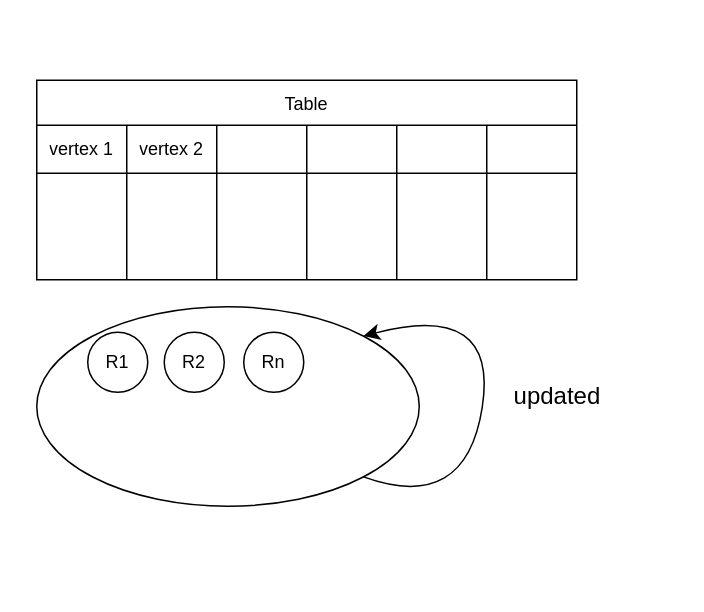
Earlier version of the draw.io diagram page "第 3 页" (3 of 3) of graph.drawio (wildpointer160422/draw). Source tidied: cells renumbered, new cells numbered last; positions are measured from the earlier drawing's top-left corner, leaving out a move shared by most shapes. Both pictures are drawn from the tidied source at 150%, with x=0, y=0 at pixel (36, 80).
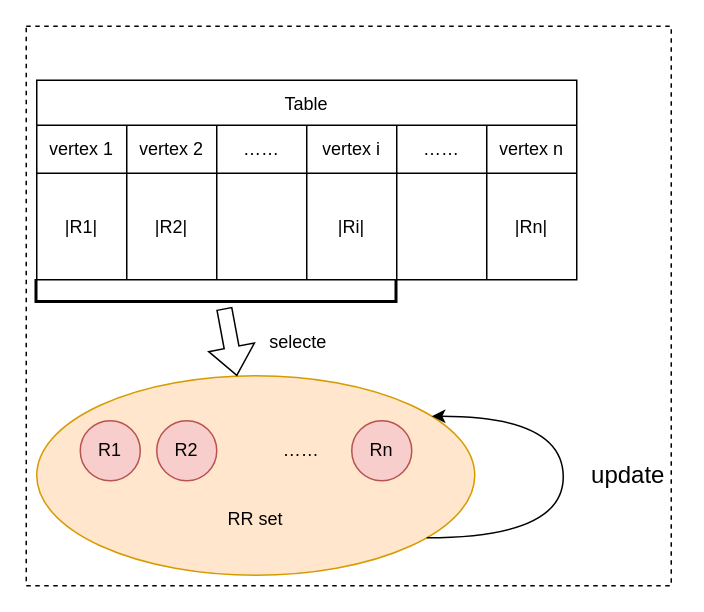
The same diagram, later.

Unchanged cells that the change refers to:
```xml
<mxCell id="3" style="shape=tableRow;horizontal=0;startSize=0;swimlaneHead=0;swimlaneBody=0;strokeColor=inherit;top=0;left=0;bottom=0;right=0;fillColor=none;" parent="2" vertex="1">
  <mxGeometry y="30" width="360" height="32" as="geometry" />
</mxCell>
<mxCell id="10" style="shape=tableRow;horizontal=0;startSize=0;swimlaneHead=0;swimlaneBody=0;strokeColor=inherit;top=0;left=0;bottom=0;right=0;fillColor=none;" parent="2" vertex="1">
  <mxGeometry y="62" width="360" height="71" as="geometry" />
</mxCell>
```

What changed in the source:
```diff
@@
+    <mxCell id="23" style="whiteSpace=wrap;html=1;dashed=1;" parent="1" vertex="1">
+      <mxGeometry x="-7" y="-36" width="430" height="373" as="geometry" />
+    </mxCell>
@@
-    <mxCell id="6" style="shape=partialRectangle;html=1;whiteSpace=wrap;strokeColor=inherit;overflow=hidden;fillColor=none;top=0;left=0;bottom=0;right=0;" parent="3" vertex="1">
+    <mxCell id="6" value="……" style="shape=partialRectangle;html=1;whiteSpace=wrap;strokeColor=inherit;overflow=hidden;fillColor=none;top=0;left=0;bottom=0;right=0;" parent="3" vertex="1">
       <mxGeometry x="120" width="60" height="32" as="geometry" />
     </mxCell>
-    <mxCell id="7" style="shape=partialRectangle;html=1;whiteSpace=wrap;strokeColor=inherit;overflow=hidden;fillColor=none;top=0;left=0;bottom=0;right=0;" parent="3" vertex="1">
+    <mxCell id="7" value="vertex i" style="shape=partialRectangle;html=1;whiteSpace=wrap;strokeColor=inherit;overflow=hidden;fillColor=none;top=0;left=0;bottom=0;right=0;" parent="3" vertex="1">
       <mxGeometry x="180" width="60" height="32" as="geometry" />
     </mxCell>
-    <mxCell id="8" style="shape=partialRectangle;html=1;whiteSpace=wrap;strokeColor=inherit;overflow=hidden;fillColor=none;top=0;left=0;bottom=0;right=0;" parent="3" vertex="1">
+    <mxCell id="8" value="……" style="shape=partialRectangle;html=1;whiteSpace=wrap;strokeColor=inherit;overflow=hidden;fillColor=none;top=0;left=0;bottom=0;right=0;" parent="3" vertex="1">
       <mxGeometry x="240" width="60" height="32" as="geometry" />
     </mxCell>
-    <mxCell id="9" style="shape=partialRectangle;html=1;whiteSpace=wrap;strokeColor=inherit;overflow=hidden;fillColor=none;top=0;left=0;bottom=0;right=0;" parent="3" vertex="1">
+    <mxCell id="9" value="vertex n" style="shape=partialRectangle;html=1;whiteSpace=wrap;strokeColor=inherit;overflow=hidden;fillColor=none;top=0;left=0;bottom=0;right=0;" parent="3" vertex="1">
       <mxGeometry x="300" width="60" height="32" as="geometry" />
     </mxCell>
@@
-    <mxCell id="11" style="shape=partialRectangle;html=1;whiteSpace=wrap;strokeColor=inherit;overflow=hidden;fillColor=none;top=0;left=0;bottom=0;right=0;" parent="10" vertex="1">
+    <mxCell id="11" value="|R1|" style="shape=partialRectangle;html=1;whiteSpace=wrap;strokeColor=inherit;overflow=hidden;fillColor=none;top=0;left=0;bottom=0;right=0;" parent="10" vertex="1">
       <mxGeometry width="60" height="71" as="geometry" />
     </mxCell>
-    <mxCell id="12" style="shape=partialRectangle;html=1;whiteSpace=wrap;strokeColor=inherit;overflow=hidden;fillColor=none;top=0;left=0;bottom=0;right=0;" parent="10" vertex="1">
+    <mxCell id="12" value="|R2|" style="shape=partialRectangle;html=1;whiteSpace=wrap;strokeColor=inherit;overflow=hidden;fillColor=none;top=0;left=0;bottom=0;right=0;" parent="10" vertex="1">
       <mxGeometry x="60" width="60" height="71" as="geometry" />
     </mxCell>
@@
-    <mxCell id="14" style="shape=partialRectangle;html=1;whiteSpace=wrap;strokeColor=inherit;overflow=hidden;fillColor=none;top=0;left=0;bottom=0;right=0;" parent="10" vertex="1">
+    <mxCell id="14" value="|Ri|" style="shape=partialRectangle;html=1;whiteSpace=wrap;strokeColor=inherit;overflow=hidden;fillColor=none;top=0;left=0;bottom=0;right=0;" parent="10" vertex="1">
       <mxGeometry x="180" width="60" height="71" as="geometry" />
     </mxCell>
@@
-    <mxCell id="16" style="shape=partialRectangle;html=1;whiteSpace=wrap;strokeColor=inherit;overflow=hidden;fillColor=none;top=0;left=0;bottom=0;right=0;" parent="10" vertex="1">
+    <mxCell id="16" value="|Rn|" style="shape=partialRectangle;html=1;whiteSpace=wrap;strokeColor=inherit;overflow=hidden;fillColor=none;top=0;left=0;bottom=0;right=0;" parent="10" vertex="1">
       <mxGeometry x="300" width="60" height="71" as="geometry" />
     </mxCell>
-    <mxCell id="17" style="ellipse;whiteSpace=wrap;html=1;" parent="1" vertex="1">
-      <mxGeometry y="151" width="255" height="133" as="geometry" />
+    <mxCell id="17" style="ellipse;whiteSpace=wrap;html=1;fillColor=#ffe6cc;strokeColor=#d79b00;" parent="1" vertex="1">
+      <mxGeometry y="197" width="292" height="133" as="geometry" />
     </mxCell>
-    <mxCell id="18" style="edgeStyle=none;orthogonalLoop=1;jettySize=auto;html=1;rounded=0;fontSize=12;startSize=8;endSize=8;curved=1;entryX=1;entryY=0;entryDx=0;entryDy=0;exitX=1;exitY=1;exitDx=0;exitDy=0;" parent="1" edge="1" source="17" target="17">
-      <mxGeometry relative="1" as="geometry">
-        <Array as="points">
-          <mxPoint x="286" y="289" />
-          <mxPoint x="308" y="147" />
-        </Array>
-      </mxGeometry>
-    </mxCell>
-    <mxCell id="19" value="updated&amp;nbsp;" style="text;html=1;align=center;verticalAlign=middle;strokeColor=none;fillColor=none;fontSize=16;" parent="1" vertex="1">
-      <mxGeometry x="308" y="194" width="81" height="31" as="geometry" />
+    <mxCell id="19" value="update" style="text;html=1;align=center;verticalAlign=middle;strokeColor=none;fillColor=none;fontSize=16;" parent="1" vertex="1">
+      <mxGeometry x="360" y="247" width="67" height="31" as="geometry" />
     </mxCell>
-    <mxCell id="20" value="R1" style="ellipse;whiteSpace=wrap;html=1;" parent="1" vertex="1">
-      <mxGeometry x="34" y="168" width="40" height="40" as="geometry" />
+    <mxCell id="20" value="R1" style="ellipse;whiteSpace=wrap;html=1;fillColor=#f8cecc;strokeColor=#b85450;" parent="1" vertex="1">
+      <mxGeometry x="29" y="227" width="40" height="40" as="geometry" />
     </mxCell>
-    <mxCell id="21" value="R2" style="ellipse;whiteSpace=wrap;html=1;" parent="1" vertex="1">
-      <mxGeometry x="85" y="168" width="40" height="40" as="geometry" />
+    <mxCell id="21" value="R2" style="ellipse;whiteSpace=wrap;html=1;fillColor=#f8cecc;strokeColor=#b85450;" parent="1" vertex="1">
+      <mxGeometry x="80" y="227" width="40" height="40" as="geometry" />
     </mxCell>
-    <mxCell id="22" value="Rn" style="ellipse;whiteSpace=wrap;html=1;" parent="1" vertex="1">
-      <mxGeometry x="138" y="168" width="40" height="40" as="geometry" />
+    <mxCell id="22" value="Rn" style="ellipse;whiteSpace=wrap;html=1;fillColor=#f8cecc;strokeColor=#b85450;" parent="1" vertex="1">
+      <mxGeometry x="210" y="227" width="40" height="40" as="geometry" />
     </mxCell>
+    <mxCell id="24" value="……" style="text;html=1;align=center;verticalAlign=middle;strokeColor=none;fillColor=none;" parent="1" vertex="1">
+      <mxGeometry x="155" y="234" width="42" height="26" as="geometry" />
+    </mxCell>
+    <mxCell id="25" value="RR set" style="text;html=1;align=center;verticalAlign=middle;whiteSpace=wrap;rounded=0;" parent="1" vertex="1">
+      <mxGeometry x="116" y="278" width="60" height="30" as="geometry" />
+    </mxCell>
+    <mxCell id="26" style="endArrow=classic;html=1;rounded=0;edgeStyle=orthogonalEdgeStyle;curved=1;" parent="1" edge="1" target="17">
+      <mxGeometry relative="1" as="geometry">
+        <mxPoint x="260" y="305" as="sourcePoint" />
+        <Array as="points">
+          <mxPoint x="351" y="305" />
+          <mxPoint x="351" y="224" />
+        </Array>
+      </mxGeometry>
+    </mxCell>
+    <mxCell id="27" style="strokeWidth=2;html=1;shape=mxgraph.flowchart.annotation_1;align=left;rotation=-90;" parent="1" vertex="1">
+      <mxGeometry x="112" y="20" width="15" height="240" as="geometry" />
+    </mxCell>
+    <mxCell id="28" style="edgeStyle=orthogonalEdgeStyle;rounded=0;orthogonalLoop=1;jettySize=auto;html=1;exitX=0;exitY=0.5;exitDx=0;exitDy=0;exitPerimeter=0;" parent="1" edge="1" source="27" target="27">
+      <mxGeometry relative="1" as="geometry" />
+    </mxCell>
+    <mxCell id="29" style="shape=flexArrow;endArrow=classic;html=1;rounded=0;" parent="1" edge="1" target="17">
+      <mxGeometry relative="1" as="geometry">
+        <mxPoint x="125" y="152" as="sourcePoint" />
+      </mxGeometry>
+    </mxCell>
+    <mxCell id="30" value="selecte" style="text;html=1;align=center;verticalAlign=middle;strokeColor=none;fillColor=none;" parent="1" vertex="1">
+      <mxGeometry x="146" y="162" width="56" height="26" as="geometry" />
+    </mxCell>
```
